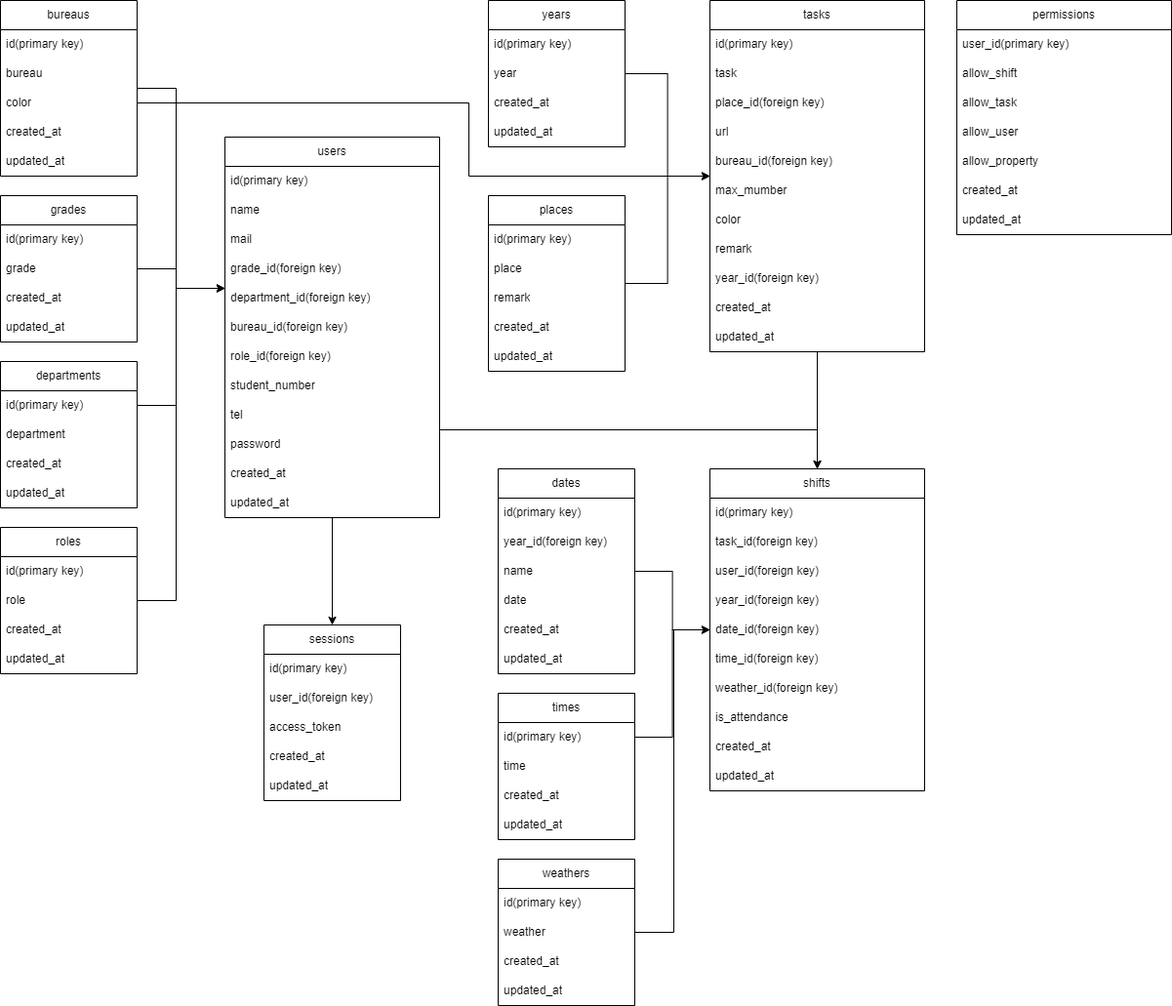
Before: mysql/er.png, a diagram exported from draw.io (NUTFes/SeeFT). Source tidied: cells renumbered, new cells last; positions are measured from the earlier drawing's top-left corner, leaving out a move shared by most shapes.
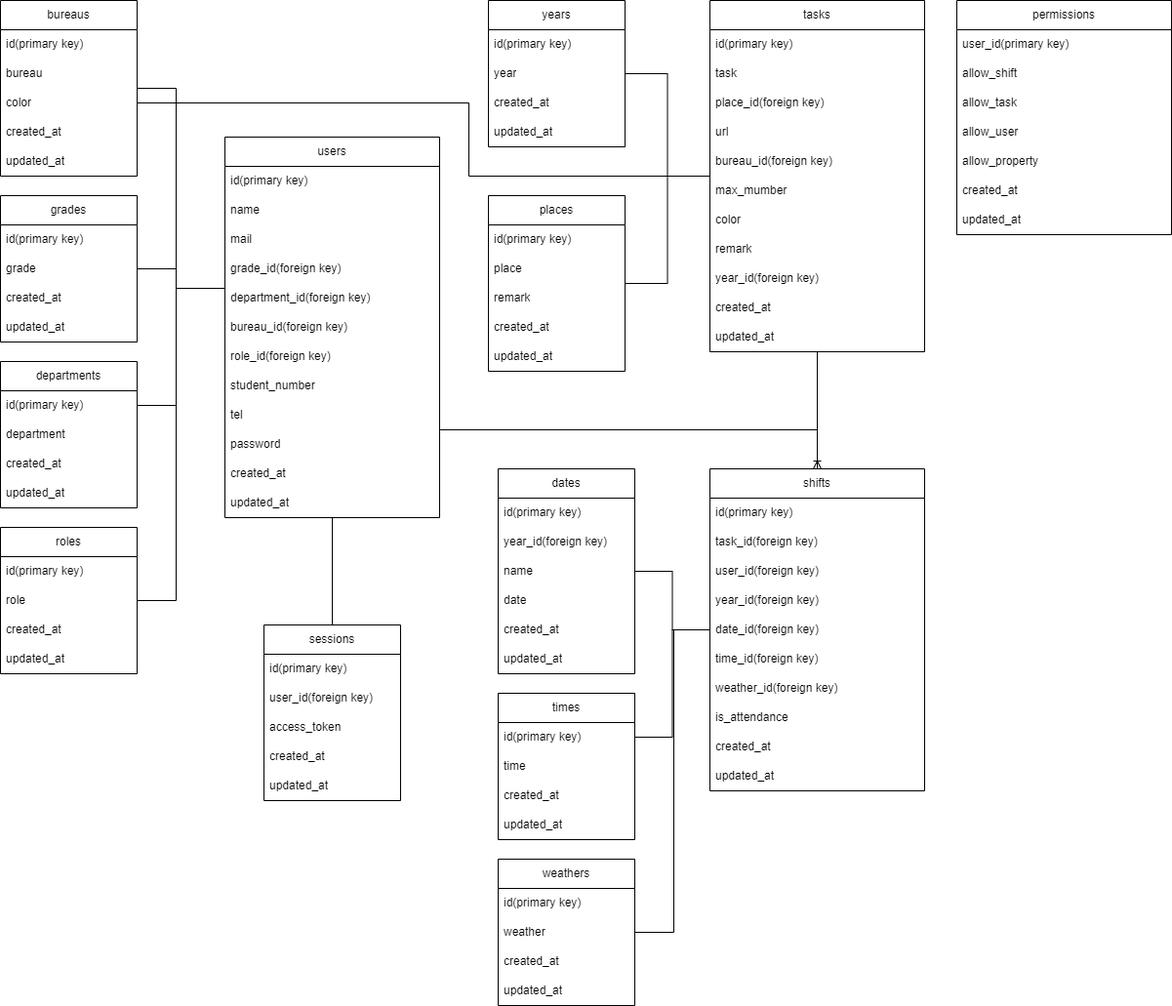
After the change.

Commit message:
ER図の矢印修正

Diff of the diagram source:
```diff
@@ -2,7 +2,7 @@
   <root>
     <mxCell id="0" />
     <mxCell id="1" parent="0" />
-    <mxCell id="2" style="edgeStyle=orthogonalEdgeStyle;rounded=0;html=1;" parent="1" edge="1" source="3" target="54">
+    <mxCell id="2" style="edgeStyle=orthogonalEdgeStyle;rounded=0;html=1;endArrow=none;endFill=0;" parent="1" edge="1" source="3" target="54">
       <mxGeometry relative="1" as="geometry">
         <Array as="points">
           <mxPoint x="180" y="90" />
@@ -43,7 +43,7 @@
     <mxCell id="13" value="updated_at" style="text;strokeColor=none;fillColor=none;align=left;verticalAlign=middle;spacingLeft=4;spacingRight=4;overflow=hidden;whiteSpace=wrap;html=1;" parent="9" vertex="1">
       <mxGeometry y="120" width="140" height="30" as="geometry" />
     </mxCell>
-    <mxCell id="14" style="edgeStyle=orthogonalEdgeStyle;rounded=0;html=1;" parent="1" edge="1" source="15" target="54">
+    <mxCell id="14" style="edgeStyle=orthogonalEdgeStyle;rounded=0;html=1;endArrow=none;endFill=0;" parent="1" edge="1" source="15" target="54">
       <mxGeometry relative="1" as="geometry">
         <Array as="points">
           <mxPoint x="180" y="275" />
@@ -66,7 +66,7 @@
     <mxCell id="19" value="updated_at" style="text;strokeColor=none;fillColor=none;align=left;verticalAlign=middle;spacingLeft=4;spacingRight=4;overflow=hidden;whiteSpace=wrap;html=1;" parent="15" vertex="1">
       <mxGeometry y="120" width="140" height="30" as="geometry" />
     </mxCell>
-    <mxCell id="20" style="edgeStyle=orthogonalEdgeStyle;rounded=0;html=1;" parent="1" edge="1" source="21" target="74">
+    <mxCell id="20" style="edgeStyle=orthogonalEdgeStyle;rounded=0;html=1;endArrow=none;endFill=0;" parent="1" edge="1" source="21" target="74">
       <mxGeometry relative="1" as="geometry" />
     </mxCell>
     <mxCell id="21" value="places" style="swimlane;fontStyle=0;horizontal=1;startSize=30;whiteSpace=wrap;html=1;" parent="1" vertex="1">
@@ -87,7 +87,7 @@
     <mxCell id="26" value="updated_at" style="text;strokeColor=none;fillColor=none;align=left;verticalAlign=middle;spacingLeft=4;spacingRight=4;overflow=hidden;whiteSpace=wrap;html=1;" parent="21" vertex="1">
       <mxGeometry y="150" width="140" height="30" as="geometry" />
     </mxCell>
-    <mxCell id="27" style="edgeStyle=orthogonalEdgeStyle;rounded=0;html=1;" parent="1" edge="1" source="28" target="54">
+    <mxCell id="27" style="edgeStyle=orthogonalEdgeStyle;rounded=0;html=1;endArrow=none;endFill=0;" parent="1" edge="1" source="28" target="54">
       <mxGeometry relative="1" as="geometry">
         <Array as="points">
           <mxPoint x="180" y="615" />
@@ -125,7 +125,7 @@
     <mxCell id="37" value="updated_at" style="text;strokeColor=none;fillColor=none;align=left;verticalAlign=middle;spacingLeft=4;spacingRight=4;overflow=hidden;whiteSpace=wrap;html=1;" parent="33" vertex="1">
       <mxGeometry y="120" width="140" height="30" as="geometry" />
     </mxCell>
-    <mxCell id="38" style="edgeStyle=orthogonalEdgeStyle;rounded=0;html=1;" parent="1" edge="1" source="39" target="74">
+    <mxCell id="38" style="edgeStyle=orthogonalEdgeStyle;rounded=0;html=1;endArrow=none;endFill=0;" parent="1" edge="1" source="39" target="74">
       <mxGeometry relative="1" as="geometry" />
     </mxCell>
     <mxCell id="39" value="years" style="swimlane;fontStyle=0;horizontal=1;startSize=30;whiteSpace=wrap;html=1;" parent="1" vertex="1">
@@ -143,7 +143,7 @@
     <mxCell id="43" value="updated_at" style="text;strokeColor=none;fillColor=none;align=left;verticalAlign=middle;spacingLeft=4;spacingRight=4;overflow=hidden;whiteSpace=wrap;html=1;" parent="39" vertex="1">
       <mxGeometry y="120" width="140" height="30" as="geometry" />
     </mxCell>
-    <mxCell id="44" style="edgeStyle=orthogonalEdgeStyle;rounded=0;html=1;" parent="1" edge="1" source="45" target="86">
+    <mxCell id="44" style="edgeStyle=orthogonalEdgeStyle;rounded=0;html=1;endArrow=none;endFill=0;" parent="1" edge="1" source="45" target="86">
       <mxGeometry relative="1" as="geometry" />
     </mxCell>
     <mxCell id="45" value="dates" style="swimlane;fontStyle=0;horizontal=1;startSize=30;whiteSpace=wrap;html=1;" parent="1" vertex="1">
@@ -167,14 +167,14 @@
     <mxCell id="51" value="updated_at" style="text;strokeColor=none;fillColor=none;align=left;verticalAlign=middle;spacingLeft=4;spacingRight=4;overflow=hidden;whiteSpace=wrap;html=1;" parent="45" vertex="1">
       <mxGeometry y="180" width="140" height="30" as="geometry" />
     </mxCell>
-    <mxCell id="52" style="edgeStyle=orthogonalEdgeStyle;rounded=0;html=1;" parent="1" edge="1" source="54" target="86">
+    <mxCell id="52" style="edgeStyle=orthogonalEdgeStyle;rounded=0;html=1;endArrow=none;endFill=0;" parent="1" edge="1" source="54" target="86">
       <mxGeometry relative="1" as="geometry">
         <Array as="points">
           <mxPoint x="837" y="440" />
         </Array>
       </mxGeometry>
     </mxCell>
-    <mxCell id="53" style="edgeStyle=orthogonalEdgeStyle;rounded=0;html=1;" parent="1" edge="1" source="54" target="67">
+    <mxCell id="53" style="edgeStyle=orthogonalEdgeStyle;rounded=0;html=1;endArrow=none;endFill=0;" parent="1" edge="1" source="54" target="67">
       <mxGeometry relative="1" as="geometry" />
     </mxCell>
     <mxCell id="54" value="users" style="swimlane;fontStyle=0;horizontal=1;startSize=30;whiteSpace=wrap;html=1;" parent="1" vertex="1">
@@ -234,7 +234,7 @@
     <mxCell id="72" value="updated_at" style="text;strokeColor=none;fillColor=none;align=left;verticalAlign=middle;spacingLeft=4;spacingRight=4;overflow=hidden;whiteSpace=wrap;html=1;" parent="67" vertex="1">
       <mxGeometry y="150" width="140" height="30" as="geometry" />
     </mxCell>
-    <mxCell id="73" style="edgeStyle=orthogonalEdgeStyle;rounded=0;html=1;" parent="1" edge="1" source="74" target="86">
+    <mxCell id="73" style="edgeStyle=orthogonalEdgeStyle;rounded=0;html=1;endArrow=ERoneToMany;endFill=0;" parent="1" edge="1" source="74" target="86">
       <mxGeometry relative="1" as="geometry" />
     </mxCell>
     <mxCell id="74" value="tasks" style="swimlane;fontStyle=0;horizontal=1;startSize=30;whiteSpace=wrap;html=1;" parent="1" vertex="1">
@@ -330,7 +330,7 @@
     <mxCell id="104" value="updated_at" style="text;strokeColor=none;fillColor=none;align=left;verticalAlign=middle;spacingLeft=4;spacingRight=4;overflow=hidden;whiteSpace=wrap;html=1;" parent="97" vertex="1">
       <mxGeometry y="210" width="220" height="30" as="geometry" />
     </mxCell>
-    <mxCell id="105" style="edgeStyle=orthogonalEdgeStyle;rounded=0;html=1;" parent="1" edge="1" source="10" target="54">
+    <mxCell id="105" style="edgeStyle=orthogonalEdgeStyle;rounded=0;html=1;endArrow=none;endFill=0;" parent="1" edge="1" source="10" target="54">
       <mxGeometry relative="1" as="geometry">
         <Array as="points">
           <mxPoint x="180" y="415" />
@@ -338,7 +338,7 @@
         </Array>
       </mxGeometry>
     </mxCell>
-    <mxCell id="106" style="edgeStyle=orthogonalEdgeStyle;rounded=0;html=1;" parent="1" edge="1" source="107" target="86">
+    <mxCell id="106" style="edgeStyle=orthogonalEdgeStyle;rounded=0;html=1;endArrow=none;endFill=0;" parent="1" edge="1" source="107" target="86">
       <mxGeometry relative="1" as="geometry">
         <Array as="points">
           <mxPoint x="690" y="955" />
@@ -361,7 +361,7 @@
     <mxCell id="111" value="updated_at" style="text;strokeColor=none;fillColor=none;align=left;verticalAlign=middle;spacingLeft=4;spacingRight=4;overflow=hidden;whiteSpace=wrap;html=1;" parent="107" vertex="1">
       <mxGeometry y="120" width="140" height="30" as="geometry" />
     </mxCell>
-    <mxCell id="112" style="edgeStyle=orthogonalEdgeStyle;rounded=0;html=1;" parent="1" edge="1" source="6" target="74">
+    <mxCell id="112" style="edgeStyle=orthogonalEdgeStyle;rounded=0;html=1;endArrow=none;endFill=0;" parent="1" edge="1" source="6" target="74">
       <mxGeometry relative="1" as="geometry">
         <Array as="points">
           <mxPoint x="480" y="105" />
@@ -369,7 +369,7 @@
         </Array>
       </mxGeometry>
     </mxCell>
-    <mxCell id="113" style="edgeStyle=orthogonalEdgeStyle;rounded=0;html=1;" parent="1" edge="1" source="34" target="86">
+    <mxCell id="113" style="edgeStyle=orthogonalEdgeStyle;rounded=0;html=1;endArrow=none;endFill=0;" parent="1" edge="1" source="34" target="86">
       <mxGeometry relative="1" as="geometry" />
     </mxCell>
   </root>
```
